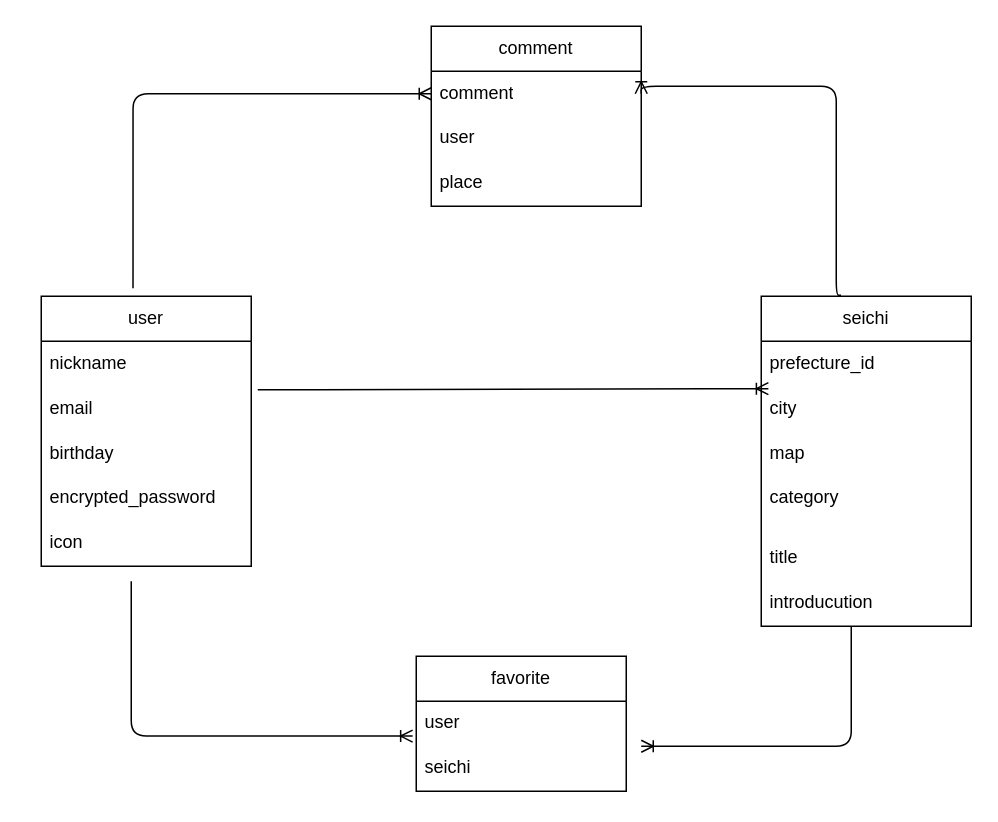
This is seichi.dio from D0lph1n25/seichi1205, a draw.io file, before an edit. Source tidied: cells renumbered, new cells numbered last; positions are measured from the earlier drawing's top-left corner, leaving out a move shared by most shapes. Both pictures are drawn from the tidied source at 150%, with x=0, y=0 at pixel (40, 26).
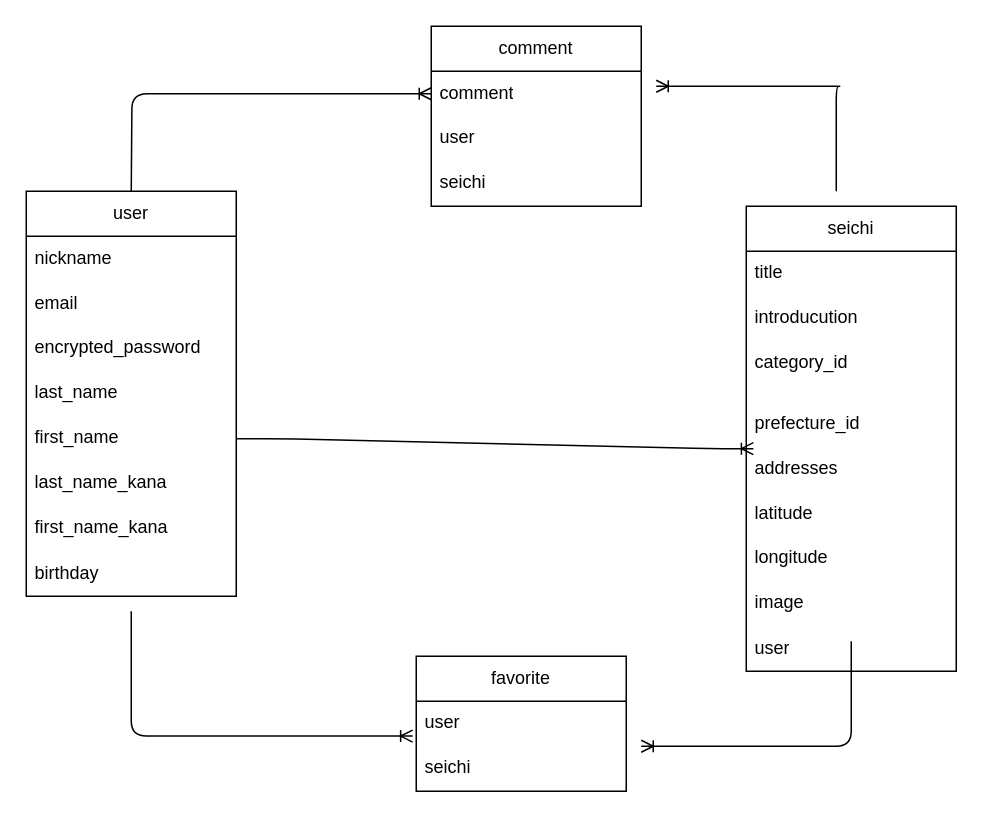
The same diagram, later.

The change refers to these unchanged cells:
```xml
<mxCell id="4" value="email" style="text;strokeColor=none;fillColor=none;align=left;verticalAlign=middle;spacingLeft=4;spacingRight=4;overflow=hidden;points=[[0,0.5],[1,0.5]];portConstraint=eastwest;whiteSpace=wrap;html=1;" parent="2" vertex="1">
  <mxGeometry y="60" width="140" height="30" as="geometry" />
</mxCell>
<mxCell id="8" value="comment" style="swimlane;fontStyle=0;horizontal=1;startSize=30;whiteSpace=wrap;html=1;" parent="1" vertex="1">
  <mxGeometry x="260" width="140" height="120" as="geometry" />
</mxCell>
<mxCell id="9" value="comment" style="text;strokeColor=none;fillColor=none;align=left;verticalAlign=middle;spacingLeft=4;spacingRight=4;overflow=hidden;points=[[0,0.5],[1,0.5]];portConstraint=eastwest;whiteSpace=wrap;html=1;" parent="8" vertex="1">
  <mxGeometry y="30" width="140" height="30" as="geometry" />
</mxCell>
```

What changed in the source:
```diff
@@
     <mxCell id="2" value="user" style="swimlane;fontStyle=0;horizontal=1;startSize=30;whiteSpace=wrap;html=1;" parent="1" vertex="1">
-      <mxGeometry y="180" width="140" height="180" as="geometry" />
+      <mxGeometry x="-10" y="110" width="140" height="270" as="geometry" />
     </mxCell>
@@
+    <mxCell id="6" value="encrypted_password" style="text;strokeColor=none;fillColor=none;spacingLeft=4;spacingRight=4;overflow=hidden;fontSize=12;" parent="2" vertex="1">
+      <mxGeometry y="90" width="140" height="30" as="geometry" />
+    </mxCell>
-    <mxCell id="5" value="birthday" style="text;strokeColor=none;fillColor=none;align=left;verticalAlign=middle;spacingLeft=4;spacingRight=4;overflow=hidden;whiteSpace=wrap;html=1;" parent="2" vertex="1">
-      <mxGeometry y="90" width="140" height="30" as="geometry" />
+    <mxCell id="5" value="last_name" style="text;strokeColor=none;fillColor=none;align=left;verticalAlign=top;spacingLeft=4;spacingRight=4;overflow=hidden;" parent="2" vertex="1">
+      <mxGeometry y="120" width="140" height="30" as="geometry" />
     </mxCell>
-    <mxCell id="6" value="encrypted_password" style="text;strokeColor=none;fillColor=none;spacingLeft=4;spacingRight=4;overflow=hidden;fontSize=12;" parent="2" vertex="1">
-      <mxGeometry y="120" width="140" height="30" as="geometry" />
-    </mxCell>
-    <mxCell id="7" value="icon" style="text;strokeColor=none;fillColor=none;spacingLeft=4;spacingRight=4;overflow=hidden;fontSize=12;" parent="2" vertex="1">
-      <mxGeometry y="150" width="140" height="30" as="geometry" />
-    </mxCell>
+    <mxCell id="27" value="first_name" style="text;strokeColor=none;fillColor=none;align=left;verticalAlign=top;spacingLeft=4;spacingRight=4;overflow=hidden;points=[[0,0.5],[1,0.5]];portConstraint=eastwest;" parent="2" vertex="1">
+      <mxGeometry y="150" width="140" height="30" as="geometry" />
+    </mxCell>
+    <mxCell id="28" value="last_name_kana " style="text;strokeColor=none;fillColor=none;align=left;verticalAlign=top;spacingLeft=4;spacingRight=4;overflow=hidden;" parent="2" vertex="1">
+      <mxGeometry y="180" width="140" height="30" as="geometry" />
+    </mxCell>
+    <mxCell id="29" value="first_name_kana " style="text;strokeColor=none;fillColor=none;align=left;verticalAlign=top;spacingLeft=4;spacingRight=4;overflow=hidden;" parent="2" vertex="1">
+      <mxGeometry y="210" width="140" height="30" as="geometry" />
+    </mxCell>
+    <mxCell id="30" value="birthday" style="text;strokeColor=none;fillColor=none;align=left;verticalAlign=middle;spacingLeft=4;spacingRight=4;overflow=hidden;whiteSpace=wrap;html=1;" parent="2" vertex="1">
+      <mxGeometry y="240" width="140" height="30" as="geometry" />
+    </mxCell>
@@
-    <mxCell id="11" value="place" style="text;strokeColor=none;fillColor=none;spacingLeft=4;spacingRight=4;overflow=hidden;fontSize=12;" parent="8" vertex="1">
+    <mxCell id="11" value="seichi" style="text;strokeColor=none;fillColor=none;spacingLeft=4;spacingRight=4;overflow=hidden;fontSize=12;" parent="8" vertex="1">
       <mxGeometry y="90" width="140" height="30" as="geometry" />
     </mxCell>
     <mxCell id="12" value="seichi" style="swimlane;fontStyle=0;horizontal=1;startSize=30;whiteSpace=wrap;html=1;" parent="1" vertex="1">
-      <mxGeometry x="480" y="180" width="140" height="220" as="geometry" />
+      <mxGeometry x="470" y="120" width="140" height="310" as="geometry" />
     </mxCell>
+    <mxCell id="17" value="title" style="text;strokeColor=none;fillColor=none;spacingLeft=4;spacingRight=4;overflow=hidden;fontSize=12;" parent="12" vertex="1">
+      <mxGeometry y="30" width="140" height="30" as="geometry" />
+    </mxCell>
+    <mxCell id="18" value="introducution" style="text;strokeColor=none;fillColor=none;spacingLeft=4;spacingRight=4;overflow=hidden;points=[[0,0.5],[1,0.5]];portConstraint=eastwest;fontSize=12;" parent="12" vertex="1">
+      <mxGeometry y="60" width="140" height="30" as="geometry" />
+    </mxCell>
+    <mxCell id="16" value="category_id" style="text;strokeColor=none;fillColor=none;spacingLeft=4;spacingRight=4;overflow=hidden;fontSize=12;" parent="12" vertex="1">
+      <mxGeometry y="90" width="140" height="40" as="geometry" />
+    </mxCell>
     <mxCell id="13" value="prefecture_id" style="text;strokeColor=none;fillColor=none;align=left;verticalAlign=middle;spacingLeft=4;spacingRight=4;overflow=hidden;whiteSpace=wrap;html=1;" parent="12" vertex="1">
-      <mxGeometry y="30" width="140" height="30" as="geometry" />
+      <mxGeometry y="130" width="140" height="30" as="geometry" />
     </mxCell>
-    <mxCell id="14" value="city" style="text;strokeColor=none;fillColor=none;align=left;verticalAlign=middle;spacingLeft=4;spacingRight=4;overflow=hidden;points=[[0,0.5],[1,0.5]];portConstraint=eastwest;whiteSpace=wrap;html=1;" parent="12" vertex="1">
-      <mxGeometry y="60" width="140" height="30" as="geometry" />
+    <mxCell id="14" value="addresses" style="text;strokeColor=none;fillColor=none;align=left;verticalAlign=middle;spacingLeft=4;spacingRight=4;overflow=hidden;points=[[0,0.5],[1,0.5]];portConstraint=eastwest;whiteSpace=wrap;html=1;" parent="12" vertex="1">
+      <mxGeometry y="160" width="140" height="30" as="geometry" />
     </mxCell>
-    <mxCell id="15" value="map" style="text;strokeColor=none;fillColor=none;align=left;verticalAlign=middle;spacingLeft=4;spacingRight=4;overflow=hidden;whiteSpace=wrap;html=1;" parent="12" vertex="1">
-      <mxGeometry y="90" width="140" height="30" as="geometry" />
+    <mxCell id="15" value="latitude" style="text;strokeColor=none;fillColor=none;align=left;verticalAlign=middle;spacingLeft=4;spacingRight=4;overflow=hidden;whiteSpace=wrap;html=1;" parent="12" vertex="1">
+      <mxGeometry y="190" width="140" height="30" as="geometry" />
     </mxCell>
-    <mxCell id="16" value="category" style="text;strokeColor=none;fillColor=none;spacingLeft=4;spacingRight=4;overflow=hidden;fontSize=12;" parent="12" vertex="1">
-      <mxGeometry y="120" width="140" height="40" as="geometry" />
-    </mxCell>
-    <mxCell id="17" value="title" style="text;strokeColor=none;fillColor=none;spacingLeft=4;spacingRight=4;overflow=hidden;fontSize=12;" parent="12" vertex="1">
-      <mxGeometry y="160" width="140" height="30" as="geometry" />
-    </mxCell>
-    <mxCell id="18" value="introducution" style="text;strokeColor=none;fillColor=none;spacingLeft=4;spacingRight=4;overflow=hidden;points=[[0,0.5],[1,0.5]];portConstraint=eastwest;fontSize=12;" parent="12" vertex="1">
-      <mxGeometry y="190" width="140" height="30" as="geometry" />
-    </mxCell>
+    <mxCell id="31" value="longitude" style="text;strokeColor=none;fillColor=none;spacingLeft=4;spacingRight=4;overflow=hidden;fontSize=12;" parent="12" vertex="1">
+      <mxGeometry y="220" width="140" height="30" as="geometry" />
+    </mxCell>
+    <mxCell id="7" value="image" style="text;strokeColor=none;fillColor=none;spacingLeft=4;spacingRight=4;overflow=hidden;fontSize=12;" parent="12" vertex="1">
+      <mxGeometry y="250" width="140" height="30" as="geometry" />
+    </mxCell>
+    <mxCell id="32" value="user" style="text;strokeColor=none;fillColor=none;align=left;verticalAlign=middle;spacingLeft=4;spacingRight=4;overflow=hidden;whiteSpace=wrap;html=1;" parent="12" vertex="1">
+      <mxGeometry y="280" width="140" height="30" as="geometry" />
+    </mxCell>
@@
-    <mxCell id="22" style="edgeStyle=entityRelationEdgeStyle;fontSize=12;html=1;endArrow=ERoneToMany;entryX=0.034;entryY=0.053;entryDx=0;entryDy=0;entryPerimeter=0;exitX=1.031;exitY=0.08;exitDx=0;exitDy=0;exitPerimeter=0;" parent="1" edge="1" source="4" target="14">
+    <mxCell id="22" style="edgeStyle=entityRelationEdgeStyle;fontSize=12;html=1;endArrow=ERoneToMany;entryX=0.034;entryY=0.053;entryDx=0;entryDy=0;entryPerimeter=0;exitX=1;exitY=0.5;exitDx=0;exitDy=0;" parent="1" edge="1" source="27" target="14">
       <mxGeometry relative="1" as="geometry" />
     </mxCell>
-    <mxCell id="23" style="edgeStyle=orthogonalEdgeStyle;fontSize=12;html=1;endArrow=ERoneToMany;exitX=0.437;exitY=-0.03;exitDx=0;exitDy=0;exitPerimeter=0;entryX=0;entryY=0.5;entryDx=0;entryDy=0;" parent="1" edge="1" source="2" target="9">
-      <mxGeometry relative="1" as="geometry" />
+    <mxCell id="23" style="edgeStyle=orthogonalEdgeStyle;fontSize=12;html=1;endArrow=ERoneToMany;entryX=0;entryY=0.5;entryDx=0;entryDy=0;" parent="1" edge="1" target="9">
+      <mxGeometry relative="1" as="geometry">
+        <mxPoint x="60" y="110" as="sourcePoint" />
+      </mxGeometry>
     </mxCell>
-    <mxCell id="24" style="edgeStyle=orthogonalEdgeStyle;fontSize=12;html=1;endArrow=ERoneToMany;entryX=1;entryY=0.5;entryDx=0;entryDy=0;exitX=0.38;exitY=-0.003;exitDx=0;exitDy=0;exitPerimeter=0;" parent="1" edge="1" source="12" target="9">
+    <mxCell id="24" style="edgeStyle=orthogonalEdgeStyle;fontSize=12;html=1;endArrow=ERoneToMany;" parent="1" edge="1">
       <mxGeometry relative="1" as="geometry">
+        <mxPoint x="530" y="110" as="sourcePoint" />
+        <mxPoint x="410" y="40" as="targetPoint" />
         <Array as="points">
-          <mxPoint x="530" y="180" />
-          <mxPoint x="530" y="40" />
+          <mxPoint x="533" y="40" />
           <mxPoint x="400" y="40" />
         </Array>
       </mxGeometry>
     </mxCell>
     <mxCell id="25" style="edgeStyle=orthogonalEdgeStyle;fontSize=12;html=1;endArrow=ERoneToMany;entryX=-0.017;entryY=0.773;entryDx=0;entryDy=0;entryPerimeter=0;" parent="1" edge="1">
       <mxGeometry relative="1" as="geometry">
-        <mxPoint x="60" y="370" as="sourcePoint" />
+        <mxPoint x="60" y="390" as="sourcePoint" />
         <mxPoint x="247.6" y="473.2" as="targetPoint" />
         <Array as="points">
           <mxPoint x="60" y="473" />
         </Array>
       </mxGeometry>
     </mxCell>
-    <mxCell id="26" style="edgeStyle=orthogonalEdgeStyle;fontSize=12;html=1;endArrow=ERoneToMany;" parent="1" edge="1" source="18">
+    <mxCell id="26" style="edgeStyle=orthogonalEdgeStyle;fontSize=12;html=1;endArrow=ERoneToMany;" parent="1" edge="1">
       <mxGeometry relative="1" as="geometry">
+        <mxPoint x="540" y="410" as="sourcePoint" />
         <mxPoint x="400" y="480" as="targetPoint" />
         <Array as="points">
           <mxPoint x="540" y="480" />
         </Array>
       </mxGeometry>
     </mxCell>
```
